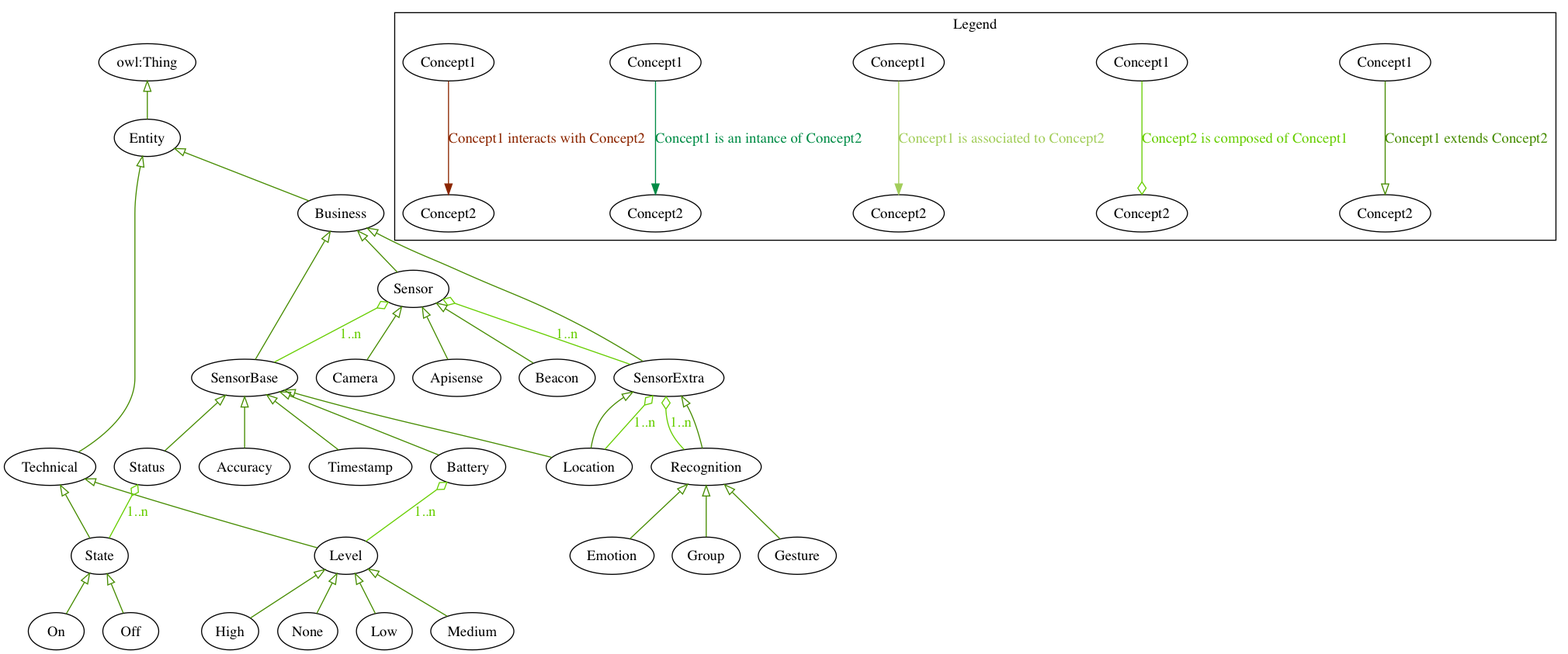
Before: images/sensor-ontology.png, a diagram exported from Graphviz (StoreConnect/storeconnect-ontologies-api). Its source is kept beside it as src/sensor-ontology.dot.
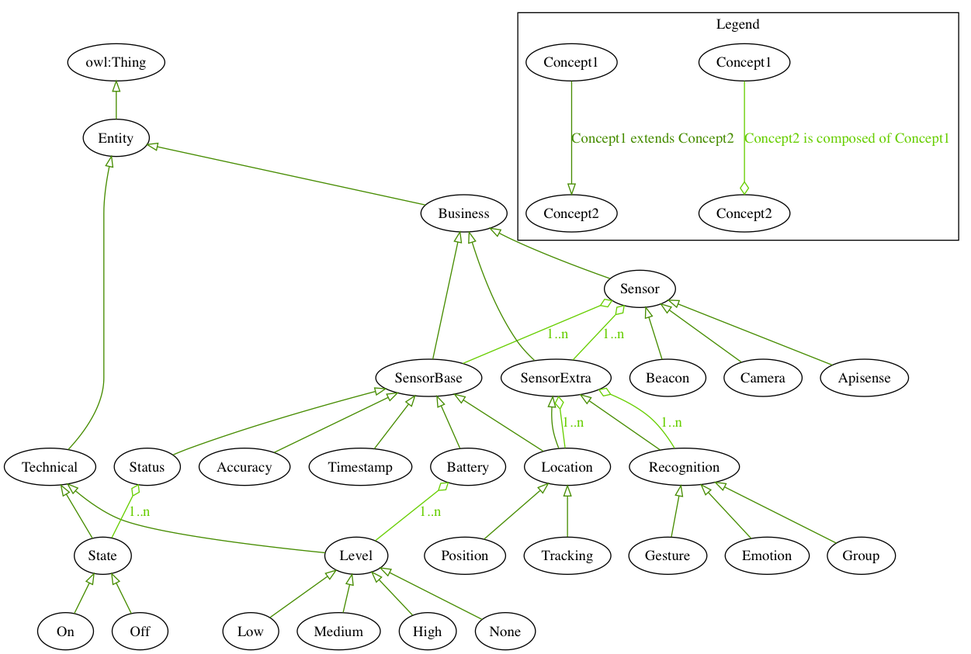
Above is the later version.

The edit, as a diff of the source:
```diff
@@ -1,5 +1,6 @@
 digraph g {
 	"Level" -> "Low"  [dir=back; arrowtail=onormal; color=chartreuse4; fontcolor=chartreuse4]
+	"Location" -> "Tracking"  [dir=back; arrowtail=onormal; color=chartreuse4; fontcolor=chartreuse4]
 	"Technical" -> "Level"  [dir=back; arrowtail=onormal; color=chartreuse4; fontcolor=chartreuse4]
 	"SensorExtra" -> "Location"  [dir=back; arrowtail=onormal; color=chartreuse4; fontcolor=chartreuse4]
 	"SensorExtra" -> "Recognition"  [dir=back; arrowtail=odiamond; color=chartreuse3; fontcolor=chartreuse3; label="1..n"]
@@ -10,6 +11,7 @@
 	"Recognition" -> "Group"  [dir=back; arrowtail=onormal; color=chartreuse4; fontcolor=chartreuse4]
 	"SensorBase" -> "Location"  [dir=back; arrowtail=onormal; color=chartreuse4; fontcolor=chartreuse4]
 	"SensorBase" -> "Timestamp"  [dir=back; arrowtail=onormal; color=chartreuse4; fontcolor=chartreuse4]
+	"Location" -> "Position"  [dir=back; arrowtail=onormal; color=chartreuse4; fontcolor=chartreuse4]
 	"Entity" -> "Technical"  [dir=back; arrowtail=onormal; color=chartreuse4; fontcolor=chartreuse4]
 	"Technical" -> "State"  [dir=back; arrowtail=onormal; color=chartreuse4; fontcolor=chartreuse4]
 	"Business" -> "SensorBase"  [dir=back; arrowtail=onormal; color=chartreuse4; fontcolor=chartreuse4]
@@ -27,9 +29,9 @@
 	"owl:Thing" -> "Entity"  [dir=back; arrowtail=onormal; color=chartreuse4; fontcolor=chartreuse4]
 	"SensorBase" -> "Battery"  [dir=back; arrowtail=onormal; color=chartreuse4; fontcolor=chartreuse4]
 	"Business" -> "SensorExtra"  [dir=back; arrowtail=onormal; color=chartreuse4; fontcolor=chartreuse4]
+	"State" -> "Off"  [dir=back; arrowtail=onormal; color=chartreuse4; fontcolor=chartreuse4]
 	"Recognition" -> "Emotion"  [dir=back; arrowtail=onormal; color=chartreuse4; fontcolor=chartreuse4]
-	"State" -> "Off"  [dir=back; arrowtail=onormal; color=chartreuse4; fontcolor=chartreuse4]
 	"Sensor" -> "Apisense"  [dir=back; arrowtail=onormal; color=chartreuse4; fontcolor=chartreuse4]
 	"SensorExtra" -> "Location"  [dir=back; arrowtail=odiamond; color=chartreuse3; fontcolor=chartreuse3; label="1..n"]
 	"Level" -> "None"  [dir=back; arrowtail=onormal; color=chartreuse4; fontcolor=chartreuse4]
-subgraph cluster_Legend { graph [label="Legend"] Inheritance1 [label="Concept1"] Inheritance2 [label="Concept2"] Inheritance1 -> Inheritance2 [arrowhead=onormal; color=chartreuse4; fontcolor=chartreuse4; label="Concept1 extends Concept2"] Composition1 [label="Concept1"] Composition2 [label="Concept2"] Composition1 -> Composition2 [arrowhead=odiamond; color=chartreuse3; fontcolor=chartreuse3; label="Concept2 is composed of Concept1"] Association1 [label="Concept1"] Association2 [label="Concept2"] Association1 -> Association2 [color=darkolivegreen3; fontcolor=darkolivegreen3; label="Concept1 is associated to Concept2"] Instanciation1 [label="Concept1"] Instanciation2 [label="Concept2"] Instanciation1 -> Instanciation2 [color=springgreen4; fontcolor=springgreen4; label="Concept1 is an intance of Concept2"] Interaction1 [label="Concept1"] Interaction2 [label="Concept2"] Interaction1 -> Interaction2 [color=orangered4; fontcolor=orangered4; label="Concept1 interacts with Concept2"] } }
+subgraph cluster_Legend { graph [label="Legend"] Composition1 [label="Concept1"] Composition2 [label="Concept2"] Composition1 -> Composition2 [arrowhead=odiamond; color=chartreuse3; fontcolor=chartreuse3; label="Concept2 is composed of Concept1"] Inheritance1 [label="Concept1"] Inheritance2 [label="Concept2"] Inheritance1 -> Inheritance2 [arrowhead=onormal; color=chartreuse4; fontcolor=chartreuse4; label="Concept1 extends Concept2"] } }
```
